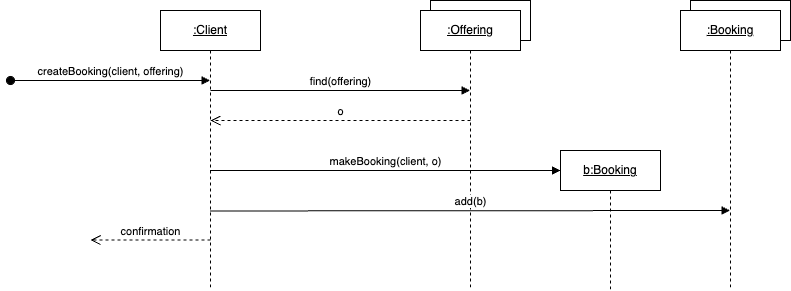
Earlier version of the draw.io export artifacts/usecase-processbookings/create-booking-interaction-diagram.png (vinishamanek/SOEN342). Source tidied: cells renumbered, new cells last; positions are measured from the earlier drawing's top-left corner, leaving out a move shared by most shapes. Source of this version:
```xml
<mxGraphModel>
  <root>
    <mxCell id="0" />
    <mxCell id="1" parent="0" />
    <mxCell id="2" value="&lt;u&gt;:Client&lt;/u&gt;" style="shape=umlLifeline;perimeter=lifelinePerimeter;whiteSpace=wrap;html=1;newEdgeStyle={&quot;edgeStyle&quot;:&quot;elbowEdgeStyle&quot;,&quot;elbow&quot;:&quot;vertical&quot;,&quot;curved&quot;:0,&quot;rounded&quot;:0};" parent="1" vertex="1">
      <mxGeometry x="150" y="10" width="100" height="280" as="geometry" />
    </mxCell>
    <mxCell id="3" value="find(offering)" style="html=1;verticalAlign=bottom;endArrow=block;edgeStyle=elbowEdgeStyle;elbow=vertical;curved=0;rounded=0;" parent="1" edge="1">
      <mxGeometry relative="1" as="geometry">
        <mxPoint x="200" y="90" as="sourcePoint" />
        <mxPoint x="459.5" y="90" as="targetPoint" />
      </mxGeometry>
    </mxCell>
    <mxCell id="4" value="createBooking(client, offering)" style="html=1;verticalAlign=bottom;startArrow=oval;endArrow=block;startSize=8;edgeStyle=elbowEdgeStyle;elbow=vertical;curved=0;rounded=0;" parent="1" edge="1">
      <mxGeometry relative="1" as="geometry">
        <mxPoint y="80" as="sourcePoint" />
        <mxPoint x="199.5" y="80.1" as="targetPoint" />
      </mxGeometry>
    </mxCell>
    <mxCell id="5" value="confirmation" style="html=1;verticalAlign=bottom;endArrow=open;dashed=1;endSize=8;edgeStyle=elbowEdgeStyle;elbow=horizontal;curved=0;rounded=0;" parent="1" edge="1">
      <mxGeometry relative="1" as="geometry">
        <mxPoint x="200" y="239.5" as="sourcePoint" />
        <mxPoint x="80" y="239.5" as="targetPoint" />
        <Array as="points">
          <mxPoint x="125" y="239.5" />
        </Array>
      </mxGeometry>
    </mxCell>
    <mxCell id="6" style="rounded=0;whiteSpace=wrap;html=1;" parent="1" vertex="1">
      <mxGeometry x="420" width="100" height="40" as="geometry" />
    </mxCell>
    <mxCell id="7" value="&lt;u&gt;:Offering&lt;/u&gt;" style="shape=umlLifeline;perimeter=lifelinePerimeter;whiteSpace=wrap;html=1;newEdgeStyle={&quot;edgeStyle&quot;:&quot;elbowEdgeStyle&quot;,&quot;elbow&quot;:&quot;vertical&quot;,&quot;curved&quot;:0,&quot;rounded&quot;:0};" parent="1" vertex="1">
      <mxGeometry x="410" y="10" width="100" height="280" as="geometry" />
    </mxCell>
    <mxCell id="8" value="o" style="html=1;verticalAlign=bottom;endArrow=open;dashed=1;endSize=8;edgeStyle=elbowEdgeStyle;elbow=vertical;curved=0;rounded=0;" parent="1" edge="1">
      <mxGeometry relative="1" as="geometry">
        <mxPoint x="460" y="120" as="sourcePoint" />
        <mxPoint x="200" y="120" as="targetPoint" />
        <Array as="points">
          <mxPoint x="385" y="120" />
        </Array>
      </mxGeometry>
    </mxCell>
    <mxCell id="9" value="&lt;u&gt;b:Booking&lt;/u&gt;" style="shape=umlLifeline;perimeter=lifelinePerimeter;whiteSpace=wrap;html=1;newEdgeStyle={&quot;edgeStyle&quot;:&quot;elbowEdgeStyle&quot;,&quot;elbow&quot;:&quot;vertical&quot;,&quot;curved&quot;:0,&quot;rounded&quot;:0};" parent="1" vertex="1">
      <mxGeometry x="550" y="150" width="100" height="140" as="geometry" />
    </mxCell>
    <mxCell id="10" value="makeBooking(client, o)" style="html=1;verticalAlign=bottom;endArrow=block;edgeStyle=elbowEdgeStyle;elbow=vertical;curved=0;rounded=0;" parent="1" edge="1">
      <mxGeometry relative="1" as="geometry">
        <mxPoint x="199.5" y="170" as="sourcePoint" />
        <mxPoint x="550" y="169.5" as="targetPoint" />
      </mxGeometry>
    </mxCell>
    <mxCell id="11" value="add(b)" style="html=1;verticalAlign=bottom;endArrow=block;edgeStyle=elbowEdgeStyle;elbow=vertical;curved=0;rounded=0;" parent="1" edge="1">
      <mxGeometry relative="1" as="geometry">
        <mxPoint x="199.5" y="210.5" as="sourcePoint" />
        <mxPoint x="719.5" y="210" as="targetPoint" />
      </mxGeometry>
    </mxCell>
    <mxCell id="12" style="rounded=0;whiteSpace=wrap;html=1;" parent="1" vertex="1">
      <mxGeometry x="680" width="100" height="40" as="geometry" />
    </mxCell>
    <mxCell id="13" value="&lt;u&gt;:Booking&lt;/u&gt;" style="shape=umlLifeline;perimeter=lifelinePerimeter;whiteSpace=wrap;html=1;newEdgeStyle={&quot;edgeStyle&quot;:&quot;elbowEdgeStyle&quot;,&quot;elbow&quot;:&quot;vertical&quot;,&quot;curved&quot;:0,&quot;rounded&quot;:0};" parent="1" vertex="1">
      <mxGeometry x="670" y="10" width="100" height="280" as="geometry" />
    </mxCell>
  </root>
</mxGraphModel>
```
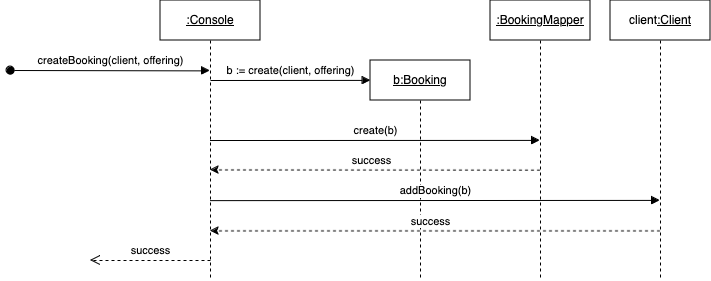
After the change.

Commit message:
Refine create-booking diagram

Change to the diagram source:
```diff
@@ -2,13 +2,13 @@
   <root>
     <mxCell id="0" />
     <mxCell id="1" parent="0" />
-    <mxCell id="2" value="&lt;u&gt;:Client&lt;/u&gt;" style="shape=umlLifeline;perimeter=lifelinePerimeter;whiteSpace=wrap;html=1;newEdgeStyle={&quot;edgeStyle&quot;:&quot;elbowEdgeStyle&quot;,&quot;elbow&quot;:&quot;vertical&quot;,&quot;curved&quot;:0,&quot;rounded&quot;:0};" parent="1" vertex="1">
+    <mxCell id="2" value="&lt;div&gt;&lt;u&gt;:Console&lt;/u&gt;&lt;/div&gt;" style="shape=umlLifeline;perimeter=lifelinePerimeter;whiteSpace=wrap;html=1;newEdgeStyle={&quot;edgeStyle&quot;:&quot;elbowEdgeStyle&quot;,&quot;elbow&quot;:&quot;vertical&quot;,&quot;curved&quot;:0,&quot;rounded&quot;:0};" parent="1" vertex="1">
       <mxGeometry x="150" y="10" width="100" height="280" as="geometry" />
     </mxCell>
-    <mxCell id="3" value="find(offering)" style="html=1;verticalAlign=bottom;endArrow=block;edgeStyle=elbowEdgeStyle;elbow=vertical;curved=0;rounded=0;" parent="1" edge="1">
+    <mxCell id="3" value="b := create(client, offering)" style="html=1;verticalAlign=bottom;endArrow=block;edgeStyle=elbowEdgeStyle;elbow=vertical;curved=0;rounded=0;" parent="1" edge="1">
       <mxGeometry relative="1" as="geometry">
         <mxPoint x="200" y="90" as="sourcePoint" />
-        <mxPoint x="459.5" y="90" as="targetPoint" />
+        <mxPoint x="360" y="90" as="targetPoint" />
       </mxGeometry>
     </mxCell>
     <mxCell id="4" value="createBooking(client, offering)" style="html=1;verticalAlign=bottom;startArrow=oval;endArrow=block;startSize=8;edgeStyle=elbowEdgeStyle;elbow=vertical;curved=0;rounded=0;" parent="1" edge="1">
@@ -17,50 +17,55 @@
         <mxPoint x="199.5" y="80.1" as="targetPoint" />
       </mxGeometry>
     </mxCell>
-    <mxCell id="5" value="confirmation" style="html=1;verticalAlign=bottom;endArrow=open;dashed=1;endSize=8;edgeStyle=elbowEdgeStyle;elbow=horizontal;curved=0;rounded=0;" parent="1" edge="1">
+    <mxCell id="5" value="success" style="html=1;verticalAlign=bottom;endArrow=open;dashed=1;endSize=8;edgeStyle=elbowEdgeStyle;elbow=horizontal;curved=0;rounded=0;" parent="1" edge="1">
       <mxGeometry relative="1" as="geometry">
-        <mxPoint x="200" y="239.5" as="sourcePoint" />
-        <mxPoint x="80" y="239.5" as="targetPoint" />
+        <mxPoint x="200" y="270" as="sourcePoint" />
+        <mxPoint x="80" y="270" as="targetPoint" />
         <Array as="points">
-          <mxPoint x="125" y="239.5" />
+          <mxPoint x="125" y="270" />
         </Array>
       </mxGeometry>
     </mxCell>
-    <mxCell id="6" style="rounded=0;whiteSpace=wrap;html=1;" parent="1" vertex="1">
-      <mxGeometry x="420" width="100" height="40" as="geometry" />
-    </mxCell>
-    <mxCell id="7" value="&lt;u&gt;:Offering&lt;/u&gt;" style="shape=umlLifeline;perimeter=lifelinePerimeter;whiteSpace=wrap;html=1;newEdgeStyle={&quot;edgeStyle&quot;:&quot;elbowEdgeStyle&quot;,&quot;elbow&quot;:&quot;vertical&quot;,&quot;curved&quot;:0,&quot;rounded&quot;:0};" parent="1" vertex="1">
-      <mxGeometry x="410" y="10" width="100" height="280" as="geometry" />
-    </mxCell>
-    <mxCell id="8" value="o" style="html=1;verticalAlign=bottom;endArrow=open;dashed=1;endSize=8;edgeStyle=elbowEdgeStyle;elbow=vertical;curved=0;rounded=0;" parent="1" edge="1">
-      <mxGeometry relative="1" as="geometry">
-        <mxPoint x="460" y="120" as="sourcePoint" />
-        <mxPoint x="200" y="120" as="targetPoint" />
-        <Array as="points">
-          <mxPoint x="385" y="120" />
-        </Array>
-      </mxGeometry>
-    </mxCell>
     <mxCell id="9" value="&lt;u&gt;b:Booking&lt;/u&gt;" style="shape=umlLifeline;perimeter=lifelinePerimeter;whiteSpace=wrap;html=1;newEdgeStyle={&quot;edgeStyle&quot;:&quot;elbowEdgeStyle&quot;,&quot;elbow&quot;:&quot;vertical&quot;,&quot;curved&quot;:0,&quot;rounded&quot;:0};" parent="1" vertex="1">
-      <mxGeometry x="550" y="150" width="100" height="140" as="geometry" />
+      <mxGeometry x="360" y="70" width="100" height="220" as="geometry" />
     </mxCell>
-    <mxCell id="10" value="makeBooking(client, o)" style="html=1;verticalAlign=bottom;endArrow=block;edgeStyle=elbowEdgeStyle;elbow=vertical;curved=0;rounded=0;" parent="1" edge="1">
+    <mxCell id="10" value="create(b)" style="html=1;verticalAlign=bottom;endArrow=block;edgeStyle=elbowEdgeStyle;elbow=vertical;curved=0;rounded=0;" parent="1" edge="1" target="16">
       <mxGeometry relative="1" as="geometry">
-        <mxPoint x="199.5" y="170" as="sourcePoint" />
-        <mxPoint x="550" y="169.5" as="targetPoint" />
+        <mxPoint x="199.5" y="150" as="sourcePoint" />
       </mxGeometry>
     </mxCell>
-    <mxCell id="11" value="add(b)" style="html=1;verticalAlign=bottom;endArrow=block;edgeStyle=elbowEdgeStyle;elbow=vertical;curved=0;rounded=0;" parent="1" edge="1">
+    <mxCell id="11" value="addBooking(b)" style="html=1;verticalAlign=bottom;endArrow=block;edgeStyle=elbowEdgeStyle;elbow=vertical;curved=0;rounded=0;" parent="1" edge="1">
       <mxGeometry relative="1" as="geometry">
-        <mxPoint x="199.5" y="210.5" as="sourcePoint" />
-        <mxPoint x="719.5" y="210" as="targetPoint" />
+        <mxPoint x="199.5" y="210.1" as="sourcePoint" />
+        <mxPoint x="649.5" y="210" as="targetPoint" />
       </mxGeometry>
     </mxCell>
-    <mxCell id="12" style="rounded=0;whiteSpace=wrap;html=1;" parent="1" vertex="1">
-      <mxGeometry x="680" width="100" height="40" as="geometry" />
-    </mxCell>
-    <mxCell id="13" value="&lt;u&gt;:Booking&lt;/u&gt;" style="shape=umlLifeline;perimeter=lifelinePerimeter;whiteSpace=wrap;html=1;newEdgeStyle={&quot;edgeStyle&quot;:&quot;elbowEdgeStyle&quot;,&quot;elbow&quot;:&quot;vertical&quot;,&quot;curved&quot;:0,&quot;rounded&quot;:0};" parent="1" vertex="1">
-      <mxGeometry x="670" y="10" width="100" height="280" as="geometry" />
-    </mxCell>
+    <mxCell id="14" style="edgeStyle=elbowEdgeStyle;rounded=0;orthogonalLoop=1;jettySize=auto;html=1;elbow=vertical;curved=0;dashed=1;" parent="1" edge="1">
+      <mxGeometry relative="1" as="geometry">
+        <mxPoint x="529.5" y="179.6" as="sourcePoint" />
+        <mxPoint x="199.8" y="179.6" as="targetPoint" />
+      </mxGeometry>
+    </mxCell>
+    <mxCell id="15" value="success" style="edgeLabel;html=1;align=center;verticalAlign=middle;" parent="14" vertex="1">
+      <mxGeometry x="0.36" y="-1" relative="1" as="geometry">
+        <mxPoint x="55" y="-9" as="offset" />
+      </mxGeometry>
+    </mxCell>
+    <mxCell id="16" value="&lt;div&gt;&lt;u&gt;:BookingMapper&lt;/u&gt;&lt;/div&gt;" style="shape=umlLifeline;perimeter=lifelinePerimeter;whiteSpace=wrap;html=1;outlineConnect=0;portConstraint=eastwest;newEdgeStyle={&quot;edgeStyle&quot;:&quot;elbowEdgeStyle&quot;,&quot;elbow&quot;:&quot;vertical&quot;,&quot;curved&quot;:0,&quot;rounded&quot;:0};" parent="1" vertex="1">
+      <mxGeometry x="480" y="10" width="100" height="280" as="geometry" />
+    </mxCell>
+    <mxCell id="17" value="client&lt;u&gt;:Client&lt;/u&gt;" style="shape=umlLifeline;perimeter=lifelinePerimeter;whiteSpace=wrap;html=1;outlineConnect=0;portConstraint=eastwest;newEdgeStyle={&quot;edgeStyle&quot;:&quot;elbowEdgeStyle&quot;,&quot;elbow&quot;:&quot;vertical&quot;,&quot;curved&quot;:0,&quot;rounded&quot;:0};" parent="1" vertex="1">
+      <mxGeometry x="600" y="10" width="100" height="280" as="geometry" />
+    </mxCell>
+    <mxCell id="18" style="edgeStyle=elbowEdgeStyle;rounded=0;jettySize=auto;html=1;elbow=vertical;curved=0;dashed=1;" parent="1" edge="1" source="17">
+      <mxGeometry relative="1" as="geometry">
+        <mxPoint x="200" y="240" as="targetPoint" />
+      </mxGeometry>
+    </mxCell>
+    <mxCell id="19" value="success" style="edgeLabel;html=1;align=center;verticalAlign=middle;" parent="18" vertex="1">
+      <mxGeometry x="0.36" y="-1" relative="1" as="geometry">
+        <mxPoint x="76" y="-9" as="offset" />
+      </mxGeometry>
+    </mxCell>
   </root>
 </mxGraphModel>
```
